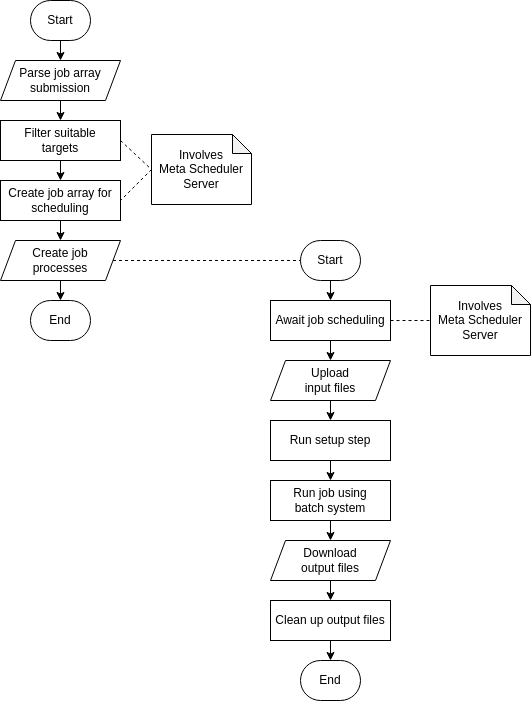
Above: docs/diagrams/job-flowchart.drawio.png in HSU-HPC/meta-sched (draw.io), before the change. Source tidied: cells renumbered, new cells last; positions are measured from the earlier drawing's top-left corner, leaving out a move shared by most shapes.
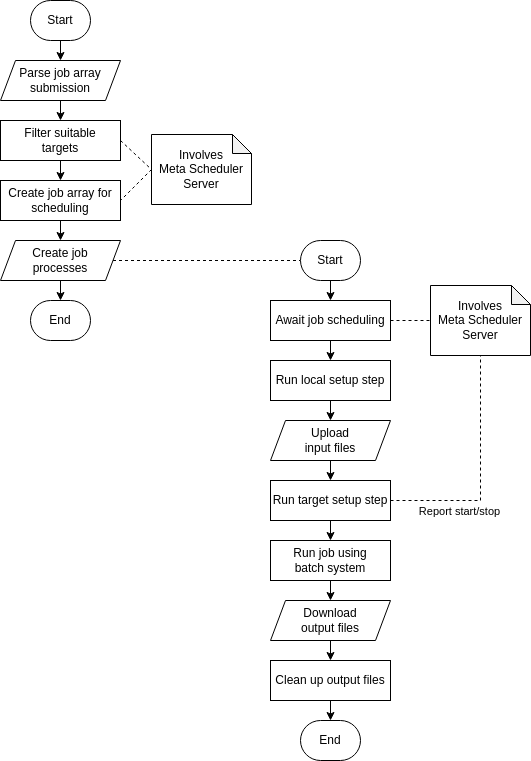
The same file after the commit.

Diff of the diagram source:
```diff
@@ -60,12 +60,12 @@
       <mxGeometry relative="1" as="geometry" />
     </mxCell>
     <mxCell id="21" value="Upload&lt;br&gt;input files" style="shape=parallelogram;perimeter=parallelogramPerimeter;whiteSpace=wrap;html=1;fixedSize=1;size=15;" parent="1" vertex="1">
-      <mxGeometry x="270" y="360" width="120" height="40" as="geometry" />
+      <mxGeometry x="270" y="420" width="120" height="40" as="geometry" />
     </mxCell>
     <mxCell id="22" value="End" style="rounded=1;whiteSpace=wrap;html=1;arcSize=50;" parent="1" vertex="1">
-      <mxGeometry x="300" y="660" width="60" height="40" as="geometry" />
+      <mxGeometry x="300" y="720" width="60" height="40" as="geometry" />
     </mxCell>
-    <mxCell id="23" style="edgeStyle=none;html=1;exitX=0.5;exitY=1;exitDx=0;exitDy=0;entryX=0.5;entryY=0;entryDx=0;entryDy=0;" parent="1" edge="1" source="24" target="21">
+    <mxCell id="23" style="edgeStyle=none;html=1;exitX=0.5;exitY=1;exitDx=0;exitDy=0;entryX=0.5;entryY=0;entryDx=0;entryDy=0;" parent="1" edge="1" source="24" target="34">
       <mxGeometry relative="1" as="geometry" />
     </mxCell>
     <mxCell id="24" value="Await job scheduling" style="rounded=0;whiteSpace=wrap;html=1;" parent="1" vertex="1">
@@ -78,25 +78,39 @@
       <mxGeometry relative="1" as="geometry" />
     </mxCell>
     <mxCell id="27" value="Download&lt;br&gt;output files" style="shape=parallelogram;perimeter=parallelogramPerimeter;whiteSpace=wrap;html=1;fixedSize=1;size=15;" parent="1" vertex="1">
-      <mxGeometry x="270" y="540" width="120" height="40" as="geometry" />
+      <mxGeometry x="270" y="600" width="120" height="40" as="geometry" />
     </mxCell>
     <mxCell id="28" style="edgeStyle=none;html=1;exitX=0.5;exitY=1;exitDx=0;exitDy=0;entryX=0.5;entryY=0;entryDx=0;entryDy=0;" parent="1" edge="1" source="29" target="27">
       <mxGeometry relative="1" as="geometry" />
     </mxCell>
     <mxCell id="29" value="Run job using&lt;br&gt;batch system" style="rounded=0;whiteSpace=wrap;html=1;" parent="1" vertex="1">
-      <mxGeometry x="270" y="480" width="120" height="40" as="geometry" />
+      <mxGeometry x="270" y="540" width="120" height="40" as="geometry" />
     </mxCell>
     <mxCell id="30" style="edgeStyle=none;html=1;exitX=0.5;exitY=1;exitDx=0;exitDy=0;entryX=0.5;entryY=0;entryDx=0;entryDy=0;" parent="1" edge="1" source="31" target="29">
       <mxGeometry relative="1" as="geometry" />
     </mxCell>
-    <mxCell id="31" value="Run setup step" style="rounded=0;whiteSpace=wrap;html=1;" parent="1" vertex="1">
-      <mxGeometry x="270" y="420" width="120" height="40" as="geometry" />
+    <mxCell id="31" value="Run target setup step" style="rounded=0;whiteSpace=wrap;html=1;" parent="1" vertex="1">
+      <mxGeometry x="270" y="480" width="120" height="40" as="geometry" />
     </mxCell>
     <mxCell id="32" style="edgeStyle=none;html=1;exitX=0.5;exitY=1;exitDx=0;exitDy=0;entryX=0.5;entryY=0;entryDx=0;entryDy=0;" parent="1" edge="1" source="33" target="22">
       <mxGeometry relative="1" as="geometry" />
     </mxCell>
     <mxCell id="33" value="Clean up output files" style="rounded=0;whiteSpace=wrap;html=1;" parent="1" vertex="1">
-      <mxGeometry x="270" y="600" width="120" height="40" as="geometry" />
+      <mxGeometry x="270" y="660" width="120" height="40" as="geometry" />
     </mxCell>
+    <mxCell id="34" value="Run local setup step" style="rounded=0;whiteSpace=wrap;html=1;" parent="1" vertex="1">
+      <mxGeometry x="270" y="360" width="120" height="40" as="geometry" />
+    </mxCell>
+    <mxCell id="35" style="edgeStyle=none;html=1;exitX=0.5;exitY=1;exitDx=0;exitDy=0;entryX=0.5;entryY=0;entryDx=0;entryDy=0;" parent="1" edge="1" source="34" target="21">
+      <mxGeometry relative="1" as="geometry" />
+    </mxCell>
+    <mxCell id="36" style="edgeStyle=orthogonalEdgeStyle;html=1;exitX=1;exitY=0.5;exitDx=0;exitDy=0;entryX=0.5;entryY=1;entryDx=0;entryDy=0;dashed=1;endArrow=none;endFill=0;entryPerimeter=0;elbow=vertical;rounded=0;curved=0;" parent="1" edge="1" source="31" target="19">
+      <mxGeometry relative="1" as="geometry" />
+    </mxCell>
+    <mxCell id="37" value="Report start/stop" style="edgeLabel;html=1;align=center;verticalAlign=middle;" parent="36" vertex="1">
+      <mxGeometry x="-0.7" y="-1" relative="1" as="geometry">
+        <mxPoint x="33" y="9" as="offset" />
+      </mxGeometry>
+    </mxCell>
   </root>
 </mxGraphModel>
```
